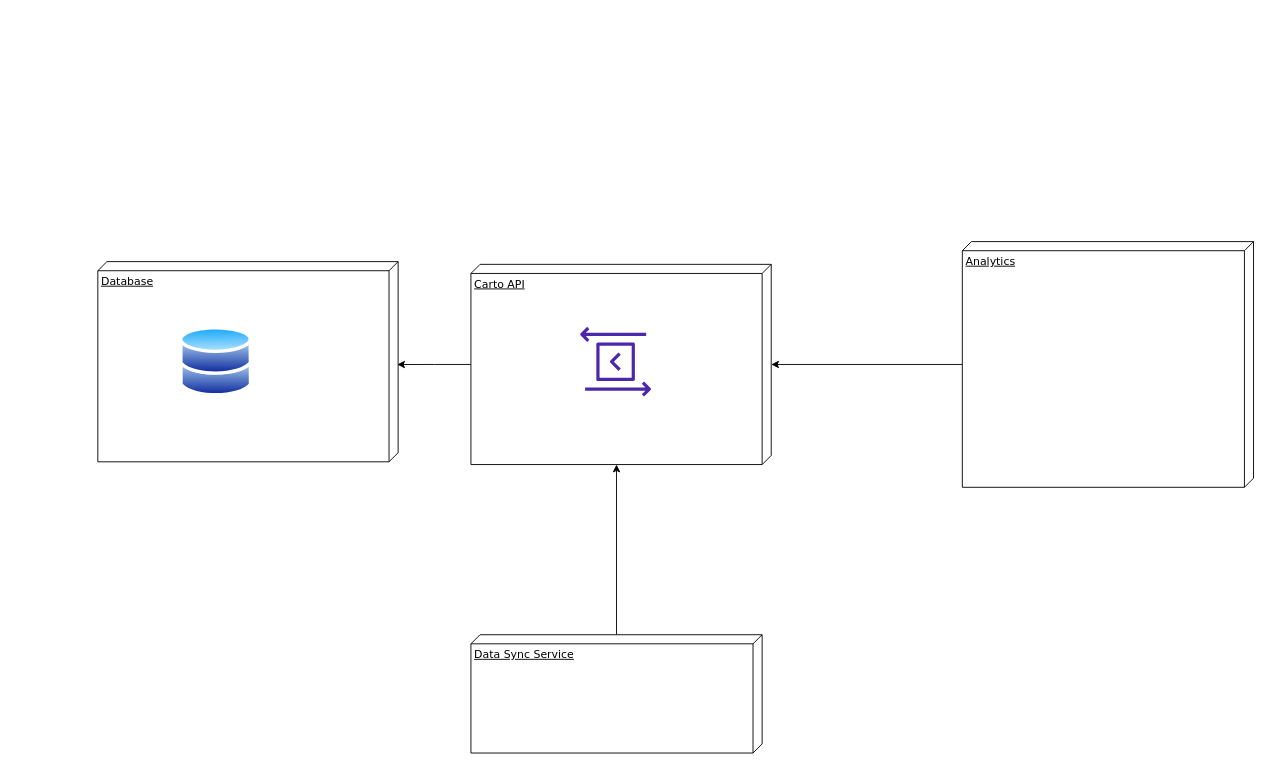
Earlier version of the draw.io diagram Carto Analytics.drawio (AmolSJawalkar/DrawIO). Source tidied: cells renumbered, new cells numbered last; positions are measured from the earlier drawing's top-left corner, leaving out a move shared by most shapes. Both pictures are drawn from the tidied source at 91%, with x=0, y=0 at pixel (97, 241).
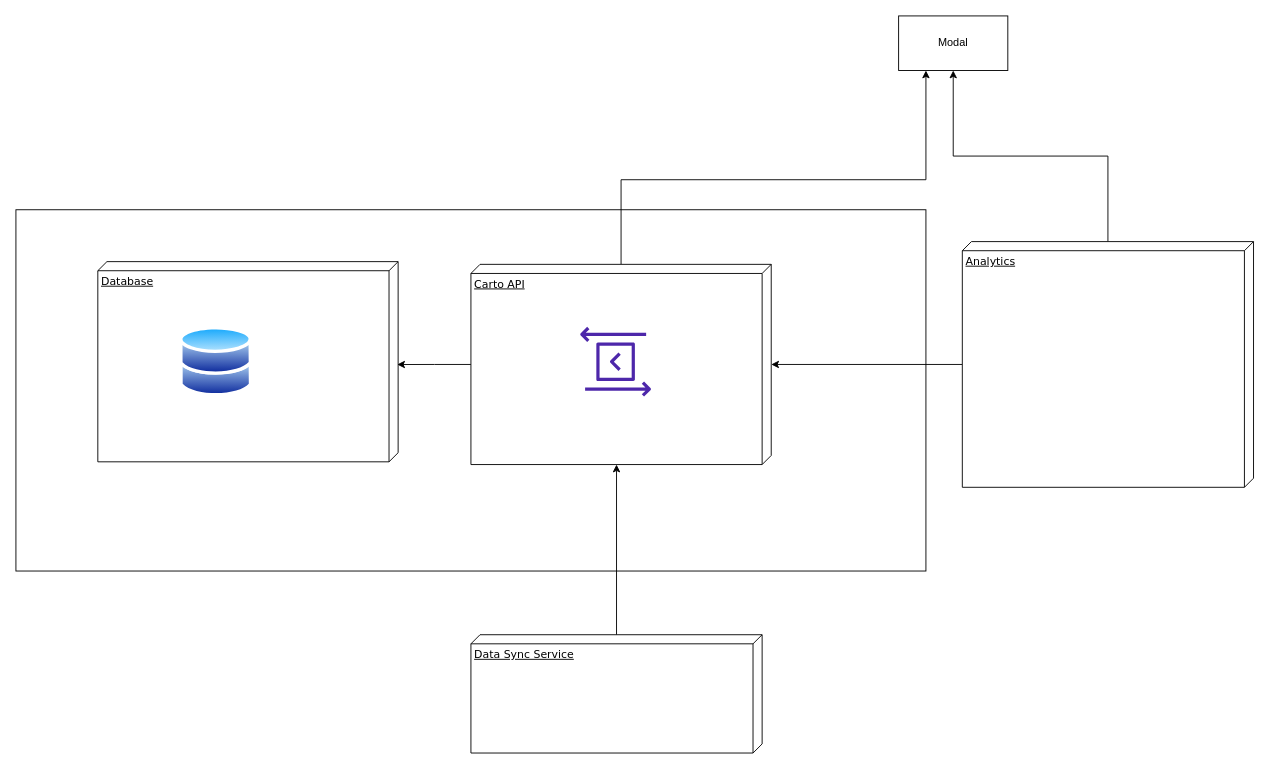
After the change.

Diff of the diagram source:
```diff
@@
 <mxGraphModel>
   <root>
     <mxCell id="0" />
     <mxCell id="1" parent="0" />
+    <mxCell id="11" style="rounded=0;whiteSpace=wrap;html=1;" parent="1" vertex="1">
+      <mxGeometry x="-90" y="-35" width="1000" height="397" as="geometry" />
+    </mxCell>
     <mxCell id="2" value="Database" style="verticalAlign=top;align=left;spacingTop=8;spacingLeft=2;spacingRight=12;shape=cube;size=10;direction=south;fontStyle=4;html=1;rounded=0;shadow=0;comic=0;labelBackgroundColor=none;strokeWidth=1;fontFamily=Verdana;fontSize=12;" parent="1" vertex="1">
       <mxGeometry y="22" width="330" height="220" as="geometry" />
     </mxCell>
     <mxCell id="3" style="edgeStyle=orthogonalEdgeStyle;rounded=0;jettySize=auto;html=1;entryX=0.514;entryY=0.003;entryDx=0;entryDy=0;entryPerimeter=0;" parent="1" edge="1" source="4" target="2">
       <mxGeometry relative="1" as="geometry" />
     </mxCell>
+    <mxCell id="12" style="edgeStyle=orthogonalEdgeStyle;rounded=0;jettySize=auto;html=1;entryX=0.25;entryY=1;entryDx=0;entryDy=0;" parent="1" edge="1" source="4" target="14">
+      <mxGeometry relative="1" as="geometry">
+        <Array as="points">
+          <mxPoint x="575" y="-68" />
+          <mxPoint x="910" y="-68" />
+        </Array>
+      </mxGeometry>
+    </mxCell>
     <mxCell id="4" value="Carto API" style="verticalAlign=top;align=left;spacingTop=8;spacingLeft=2;spacingRight=12;shape=cube;size=10;direction=south;fontStyle=4;html=1;rounded=0;shadow=0;comic=0;labelBackgroundColor=none;strokeWidth=1;fontFamily=Verdana;fontSize=12;" parent="1" vertex="1">
       <mxGeometry x="410" y="25" width="330" height="220" as="geometry" />
     </mxCell>
     <mxCell id="5" style="edgeStyle=orthogonalEdgeStyle;rounded=0;jettySize=auto;html=1;" parent="1" edge="1" source="6" target="4">
       <mxGeometry relative="1" as="geometry" />
     </mxCell>
+    <mxCell id="13" style="edgeStyle=orthogonalEdgeStyle;rounded=0;jettySize=auto;html=1;" parent="1" edge="1" source="6" target="14">
+      <mxGeometry relative="1" as="geometry" />
+    </mxCell>
     <mxCell id="6" value="Analytics" style="verticalAlign=top;align=left;spacingTop=8;spacingLeft=2;spacingRight=12;shape=cube;size=10;direction=south;fontStyle=4;html=1;rounded=0;shadow=0;comic=0;labelBackgroundColor=none;strokeWidth=1;fontFamily=Verdana;fontSize=12;" parent="1" vertex="1">
       <mxGeometry x="950" width="320" height="270" as="geometry" />
     </mxCell>
     <mxCell id="7" style="image;perimeter=ellipsePerimeter;html=1;align=center;shadow=0;dashed=0;spacingTop=3;image=img/lib/active_directory/databases.svg;" parent="1" vertex="1">
       <mxGeometry x="90" y="92.8" width="80" height="78.4" as="geometry" />
     </mxCell>
     <mxCell id="8" style="sketch=0;fontColor=#232F3E;gradientColor=none;fillColor=#4D27AA;strokeColor=none;dashed=0;verticalLabelPosition=bottom;verticalAlign=top;align=center;html=1;fontSize=12;fontStyle=0;shape=mxgraph.aws4.data_exchange_for_apis;" parent="1" vertex="1">
       <mxGeometry x="530" y="93" width="78" height="78" as="geometry" />
     </mxCell>
     <mxCell id="9" style="edgeStyle=orthogonalEdgeStyle;rounded=0;jettySize=auto;html=1;entryX=0;entryY=0;entryDx=220;entryDy=170;entryPerimeter=0;" parent="1" edge="1" source="10" target="4">
       <mxGeometry relative="1" as="geometry" />
     </mxCell>
     <mxCell id="10" value="Data Sync Service" style="verticalAlign=top;align=left;spacingTop=8;spacingLeft=2;spacingRight=12;shape=cube;size=10;direction=south;fontStyle=4;html=1;rounded=0;shadow=0;comic=0;labelBackgroundColor=none;strokeWidth=1;fontFamily=Verdana;fontSize=12;" parent="1" vertex="1">
       <mxGeometry x="410" y="432" width="320" height="130" as="geometry" />
     </mxCell>
+    <mxCell id="14" value="Modal" style="rounded=0;whiteSpace=wrap;html=1;" parent="1" vertex="1">
+      <mxGeometry x="880" y="-248" width="120" height="60" as="geometry" />
+    </mxCell>
   </root>
 </mxGraphModel>
```
